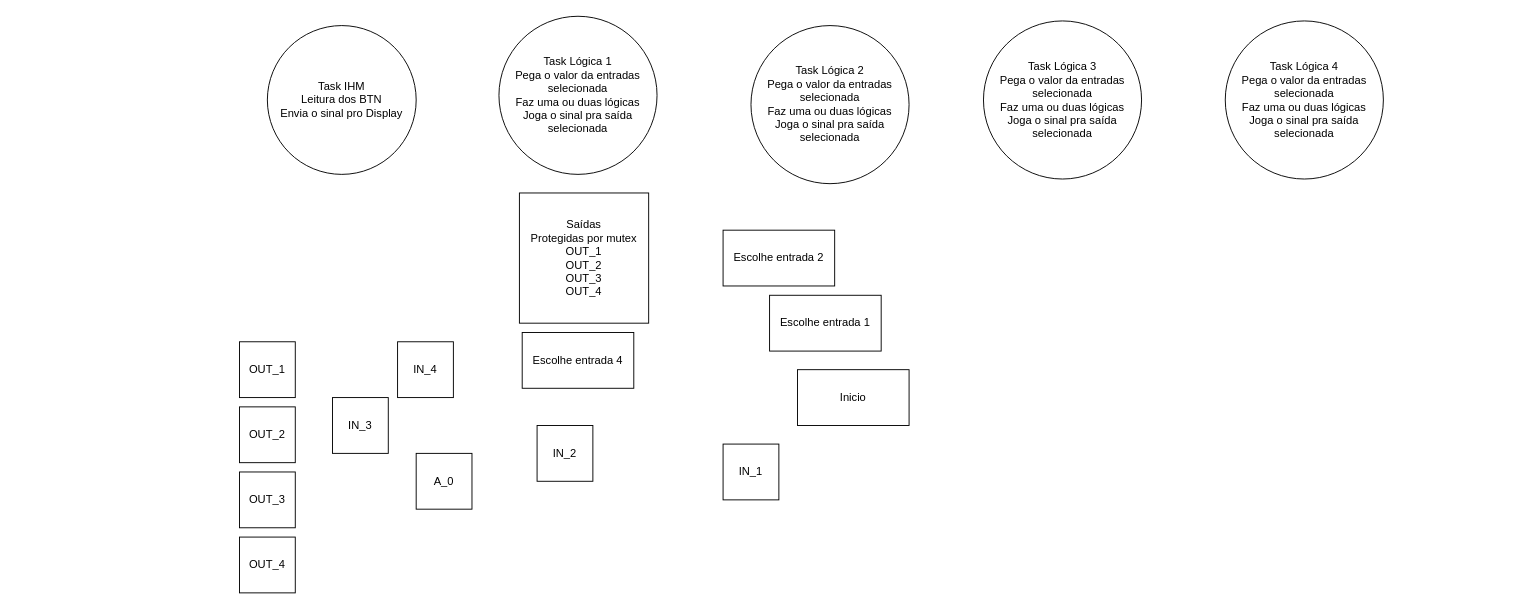
This is 20230605_ESP32_TrabFinal/Diagrama sem nome.drawio from klauck-daniel/interfaceamentoDrivesUNISINOS, a draw.io file, before an edit. Source tidied: cells renumbered, new cells numbered last; positions are measured from the earlier drawing's top-left corner, leaving out a move shared by most shapes. Both pictures are drawn from the tidied source at 93%, with x=0, y=0 at pixel (239, 16).
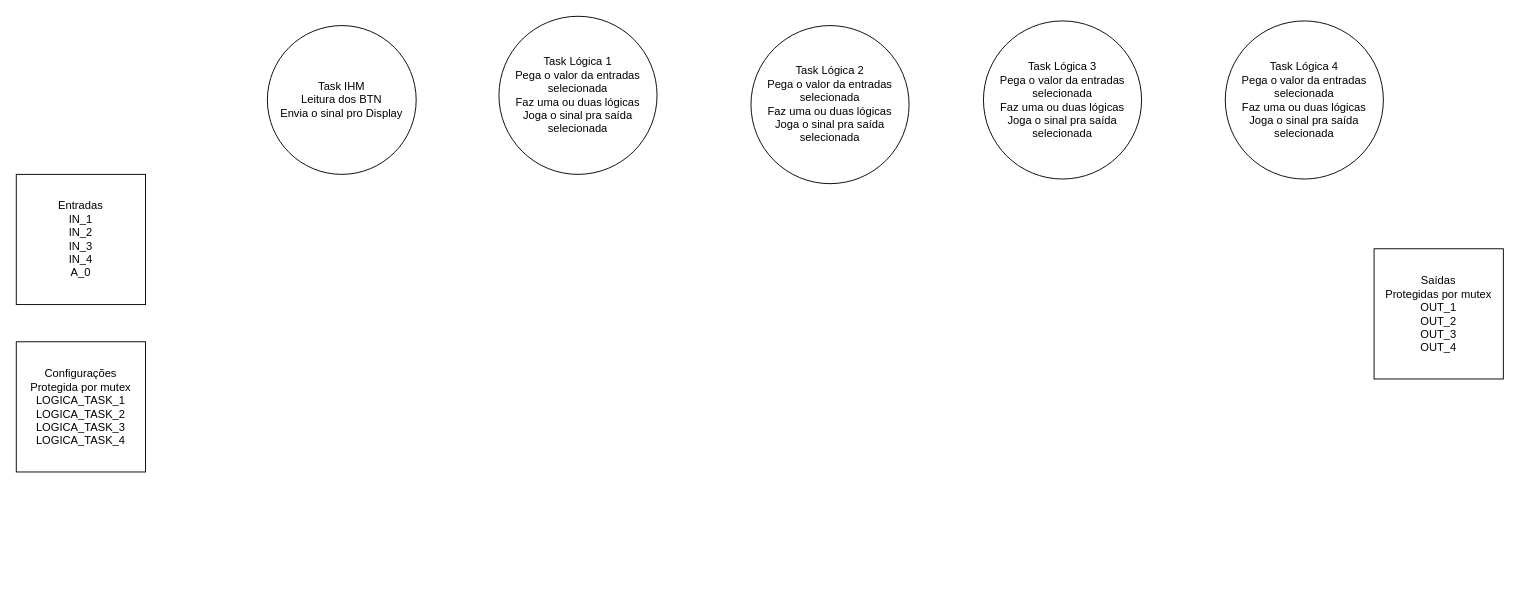
After the change.

Diff of the diagram source:
```diff
@@
-    <mxCell id="2" value="IN_1" style="rounded=0;whiteSpace=wrap;html=1;" parent="1" vertex="1">
-      <mxGeometry x="520" y="460" width="60" height="60" as="geometry" />
-    </mxCell>
-    <mxCell id="3" value="IN_2" style="rounded=0;whiteSpace=wrap;html=1;" parent="1" vertex="1">
-      <mxGeometry x="320" y="440" width="60" height="60" as="geometry" />
-    </mxCell>
-    <mxCell id="4" value="IN_3" style="rounded=0;whiteSpace=wrap;html=1;" parent="1" vertex="1">
-      <mxGeometry x="100" y="410" width="60" height="60" as="geometry" />
-    </mxCell>
-    <mxCell id="5" value="IN_4" style="rounded=0;whiteSpace=wrap;html=1;" parent="1" vertex="1">
-      <mxGeometry x="170" y="350" width="60" height="60" as="geometry" />
-    </mxCell>
-    <mxCell id="6" value="A_0" style="rounded=0;whiteSpace=wrap;html=1;" parent="1" vertex="1">
-      <mxGeometry x="190" y="470" width="60" height="60" as="geometry" />
-    </mxCell>
-    <mxCell id="7" value="OUT_1" style="rounded=0;whiteSpace=wrap;html=1;" parent="1" vertex="1">
-      <mxGeometry y="350" width="60" height="60" as="geometry" />
-    </mxCell>
-    <mxCell id="8" value="OUT_2" style="rounded=0;whiteSpace=wrap;html=1;" parent="1" vertex="1">
-      <mxGeometry y="420" width="60" height="60" as="geometry" />
-    </mxCell>
-    <mxCell id="9" value="OUT_3" style="rounded=0;whiteSpace=wrap;html=1;" parent="1" vertex="1">
-      <mxGeometry y="490" width="60" height="60" as="geometry" />
-    </mxCell>
-    <mxCell id="10" value="OUT_4" style="rounded=0;whiteSpace=wrap;html=1;" parent="1" vertex="1">
-      <mxGeometry y="560" width="60" height="60" as="geometry" />
-    </mxCell>
-    <mxCell id="11" value="Inicio" style="rounded=0;whiteSpace=wrap;html=1;" parent="1" vertex="1">
-      <mxGeometry x="600" y="380" width="120" height="60" as="geometry" />
-    </mxCell>
-    <mxCell id="12" value="Escolhe entrada 1" style="rounded=0;whiteSpace=wrap;html=1;" parent="1" vertex="1">
-      <mxGeometry x="570" y="300" width="120" height="60" as="geometry" />
-    </mxCell>
-    <mxCell id="13" value="Escolhe entrada 2" style="rounded=0;whiteSpace=wrap;html=1;" parent="1" vertex="1">
-      <mxGeometry x="520" y="230" width="120" height="60" as="geometry" />
-    </mxCell>
     <mxCell id="14" value="Saídas&lt;br&gt;Protegidas por mutex&lt;br&gt;OUT_1&lt;br&gt;OUT_2&lt;br&gt;OUT_3&lt;br style=&quot;border-color: var(--border-color);&quot;&gt;OUT_4" style="rounded=0;whiteSpace=wrap;html=1;" parent="1" vertex="1">
-      <mxGeometry x="301" y="190" width="139" height="140" as="geometry" />
+      <mxGeometry x="1220" y="250" width="139" height="140" as="geometry" />
     </mxCell>
-    <mxCell id="15" value="Escolhe entrada 4" style="rounded=0;whiteSpace=wrap;html=1;" parent="1" vertex="1">
-      <mxGeometry x="304" y="340" width="120" height="60" as="geometry" />
-    </mxCell>
@@
+    <mxCell id="21" value="Entradas&lt;br&gt;IN_1&lt;br&gt;IN_2&lt;br&gt;IN_3&lt;br&gt;IN_4&lt;br&gt;A_0" style="rounded=0;whiteSpace=wrap;html=1;" parent="1" vertex="1">
+      <mxGeometry x="-240" y="170" width="139" height="140" as="geometry" />
+    </mxCell>
+    <mxCell id="22" value="Configurações&lt;br&gt;Protegida por mutex&lt;br&gt;LOGICA_TASK_1&lt;br&gt;LOGICA_TASK_2&lt;br&gt;LOGICA_TASK_3&lt;br&gt;LOGICA_TASK_4" style="rounded=0;whiteSpace=wrap;html=1;" parent="1" vertex="1">
+      <mxGeometry x="-240" y="350" width="139" height="140" as="geometry" />
+    </mxCell>
```
